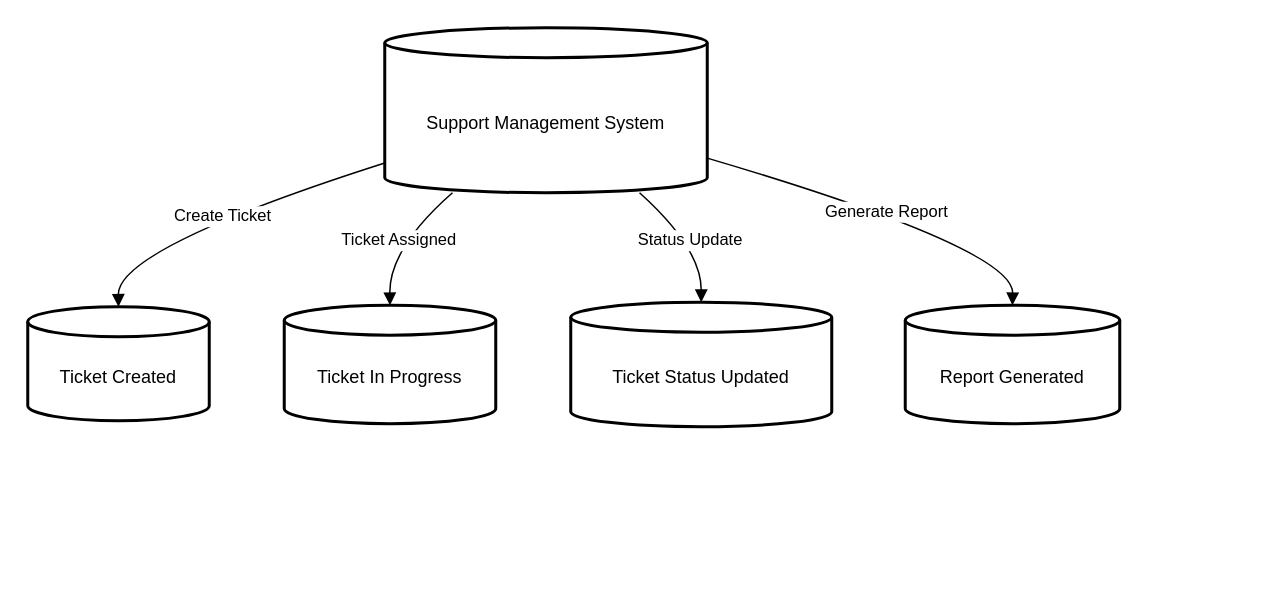
Aaddii21/flowcharts keeps this draw.io diagram as SMSDfdL0.drawio. Above is the earlier version. Source tidied: cells renumbered, new cells numbered last; positions are measured from the earlier drawing's top-left corner, leaving out a move shared by most shapes. Both pictures are drawn from the tidied source at 150%, with x=0, y=0 at pixel (27, 27).
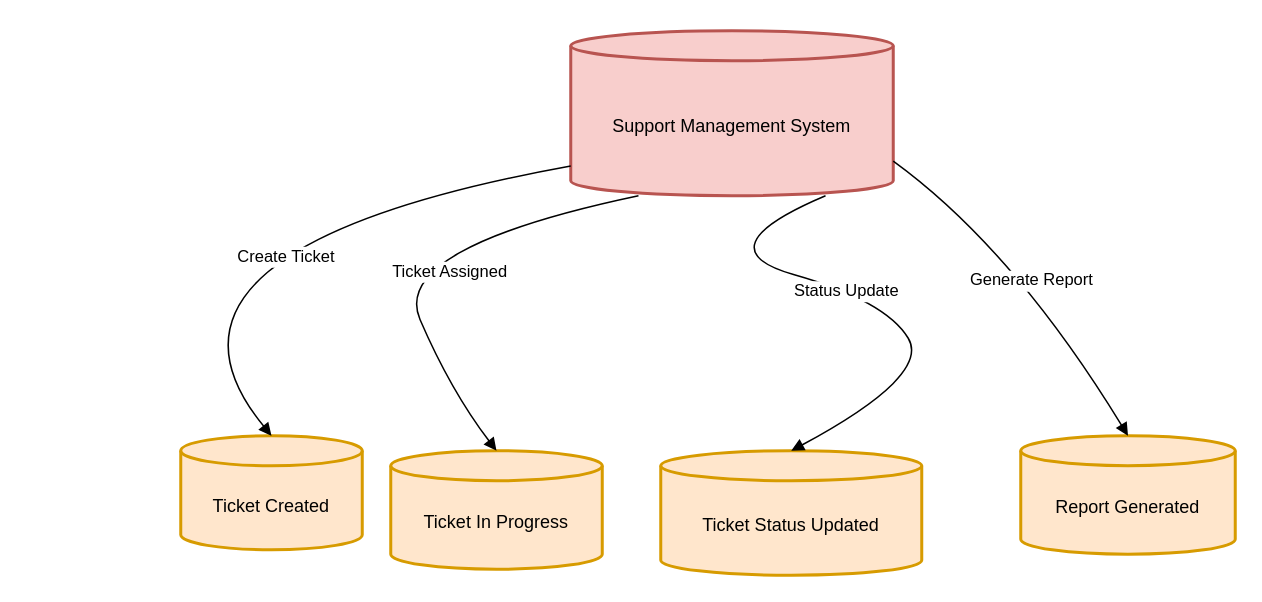
After the change.

The edit, as a diff of the source:
```diff
@@
 <mxGraphModel>
   <root>
     <mxCell id="0" />
     <mxCell id="1" parent="0" />
-    <mxCell id="2" value="Support Management System" style="shape=cylinder3;boundedLbl=1;backgroundOutline=1;size=10;strokeWidth=2;whiteSpace=wrap;" parent="1" vertex="1">
-      <mxGeometry x="238" width="215" height="110" as="geometry" />
+    <mxCell id="2" value="Support Management System" style="shape=cylinder3;boundedLbl=1;backgroundOutline=1;size=10;strokeWidth=2;whiteSpace=wrap;fillColor=#f8cecc;strokeColor=#b85450;" parent="1" vertex="1">
+      <mxGeometry x="362" y="2" width="215" height="110" as="geometry" />
     </mxCell>
-    <mxCell id="3" value="Ticket Created" style="shape=cylinder3;boundedLbl=1;backgroundOutline=1;size=10;strokeWidth=2;whiteSpace=wrap;" parent="1" vertex="1">
-      <mxGeometry y="186" width="121" height="76" as="geometry" />
+    <mxCell id="3" value="Ticket Created" style="shape=cylinder3;boundedLbl=1;backgroundOutline=1;size=10;strokeWidth=2;whiteSpace=wrap;fillColor=#ffe6cc;strokeColor=#d79b00;" parent="1" vertex="1">
+      <mxGeometry x="102" y="272" width="121" height="76" as="geometry" />
     </mxCell>
-    <mxCell id="4" value="Ticket In Progress" style="shape=cylinder3;boundedLbl=1;backgroundOutline=1;size=10;strokeWidth=2;whiteSpace=wrap;" parent="1" vertex="1">
-      <mxGeometry x="171" y="185" width="141" height="79" as="geometry" />
+    <mxCell id="4" value="Ticket In Progress" style="shape=cylinder3;boundedLbl=1;backgroundOutline=1;size=10;strokeWidth=2;whiteSpace=wrap;fillColor=#ffe6cc;strokeColor=#d79b00;" parent="1" vertex="1">
+      <mxGeometry x="242" y="282" width="141" height="79" as="geometry" />
     </mxCell>
-    <mxCell id="5" value="Ticket Status Updated" style="shape=cylinder3;boundedLbl=1;backgroundOutline=1;size=10;strokeWidth=2;whiteSpace=wrap;" parent="1" vertex="1">
-      <mxGeometry x="362" y="183" width="174" height="83" as="geometry" />
+    <mxCell id="5" value="Ticket Status Updated" style="shape=cylinder3;boundedLbl=1;backgroundOutline=1;size=10;strokeWidth=2;whiteSpace=wrap;fillColor=#ffe6cc;strokeColor=#d79b00;" parent="1" vertex="1">
+      <mxGeometry x="422" y="282" width="174" height="83" as="geometry" />
     </mxCell>
-    <mxCell id="6" value="Report Generated" style="shape=cylinder3;boundedLbl=1;backgroundOutline=1;size=10;strokeWidth=2;whiteSpace=wrap;" parent="1" vertex="1">
-      <mxGeometry x="585" y="185" width="143" height="79" as="geometry" />
+    <mxCell id="6" value="Report Generated" style="shape=cylinder3;boundedLbl=1;backgroundOutline=1;size=10;strokeWidth=2;whiteSpace=wrap;fillColor=#ffe6cc;strokeColor=#d79b00;" parent="1" vertex="1">
+      <mxGeometry x="662" y="272" width="143" height="79" as="geometry" />
     </mxCell>
     <mxCell id="7" value="Create Ticket" style="curved=1;startArrow=none;endArrow=block;exitX=0;exitY=0.82;entryX=0.5;entryY=0;" parent="1" edge="1" source="2" target="3">
-      <mxGeometry relative="1" as="geometry">
+      <mxGeometry x="-0.16" y="25" relative="1" as="geometry">
         <Array as="points">
           <mxPoint x="60" y="147" />
         </Array>
       </mxGeometry>
     </mxCell>
     <mxCell id="8" value="Ticket Assigned" style="curved=1;startArrow=none;endArrow=block;exitX=0.21;exitY=1;entryX=0.5;entryY=0;" parent="1" edge="1" source="2" target="4">
-      <mxGeometry relative="1" as="geometry">
+      <mxGeometry x="-0.18" y="23" relative="1" as="geometry">
         <Array as="points">
           <mxPoint x="241" y="147" />
+          <mxPoint x="282" y="242" />
         </Array>
       </mxGeometry>
     </mxCell>
     <mxCell id="9" value="Status Update" style="curved=1;startArrow=none;endArrow=block;exitX=0.79;exitY=1;entryX=0.5;entryY=0;" parent="1" edge="1" source="2" target="5">
       <mxGeometry relative="1" as="geometry">
         <Array as="points">
           <mxPoint x="449" y="147" />
+          <mxPoint x="572" y="182" />
+          <mxPoint x="602" y="232" />
         </Array>
       </mxGeometry>
     </mxCell>
     <mxCell id="10" value="Generate Report" style="curved=1;startArrow=none;endArrow=block;exitX=1;exitY=0.79;entryX=0.5;entryY=0;" parent="1" edge="1" source="2" target="6">
       <mxGeometry relative="1" as="geometry">
         <Array as="points">
           <mxPoint x="657" y="147" />
         </Array>
       </mxGeometry>
     </mxCell>
   </root>
 </mxGraphModel>
```
